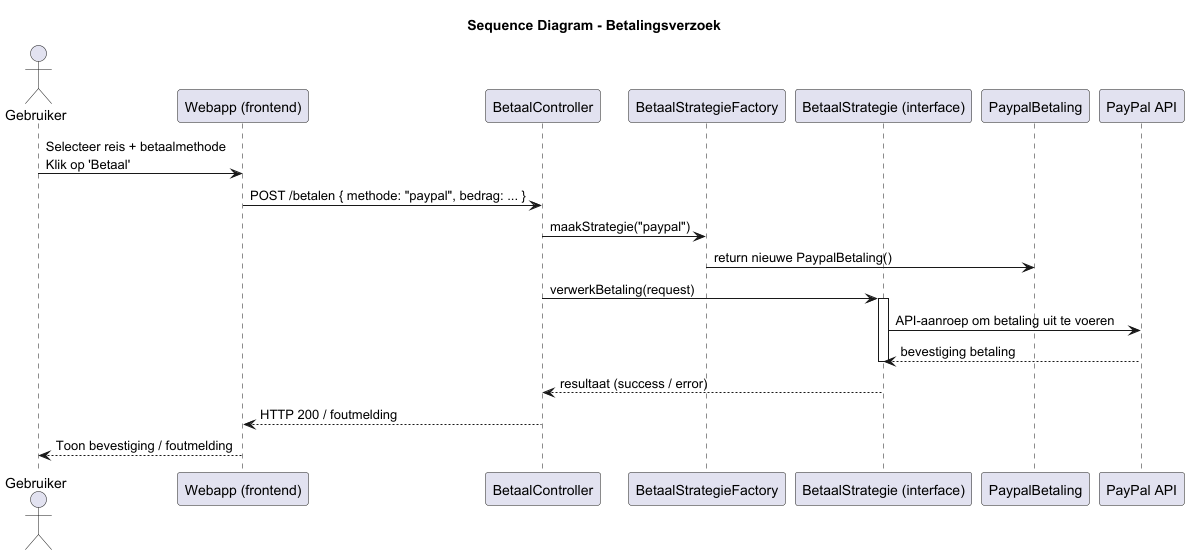
Above: software-guidebook/images/betaalsysteemsequencediagram.png in AIM-ENE-feb25/triptop-groep-5 (PlantUML), before the change.
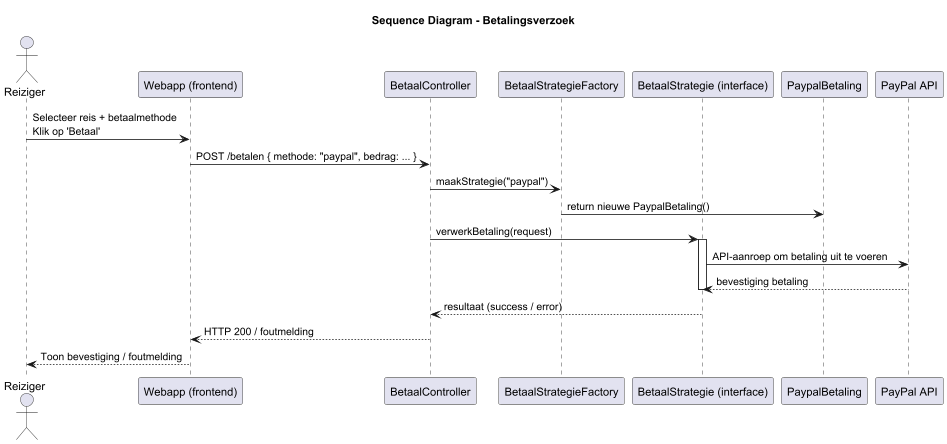
Later version of the same file.

Change to the diagram source:
```diff
@@ -1,7 +1,7 @@
 @startuml
 title Sequence Diagram - Betalingsverzoek
 
-actor Gebruiker
+actor Reiziger
 participant "Webapp (frontend)" as WebApp
 participant "BetaalController" as Controller
 participant "BetaalStrategieFactory" as Factory
@@ -9,7 +9,7 @@
 participant "PaypalBetaling" as Paypal
 participant "PayPal API" as PayPalAPI
 
-Gebruiker -> WebApp : Selecteer reis + betaalmethode\nKlik op 'Betaal'
+Reiziger -> WebApp : Selecteer reis + betaalmethode\nKlik op 'Betaal'
 WebApp -> Controller : POST /betalen { methode: "paypal", bedrag: ... }
 
 Controller -> Factory : maakStrategie("paypal")
@@ -23,6 +23,6 @@
 
 Strategie --> Controller : resultaat (success / error)
 Controller --> WebApp : HTTP 200 / foutmelding
-WebApp --> Gebruiker : Toon bevestiging / foutmelding
+WebApp --> Reiziger : Toon bevestiging / foutmelding
 
 @enduml
```
